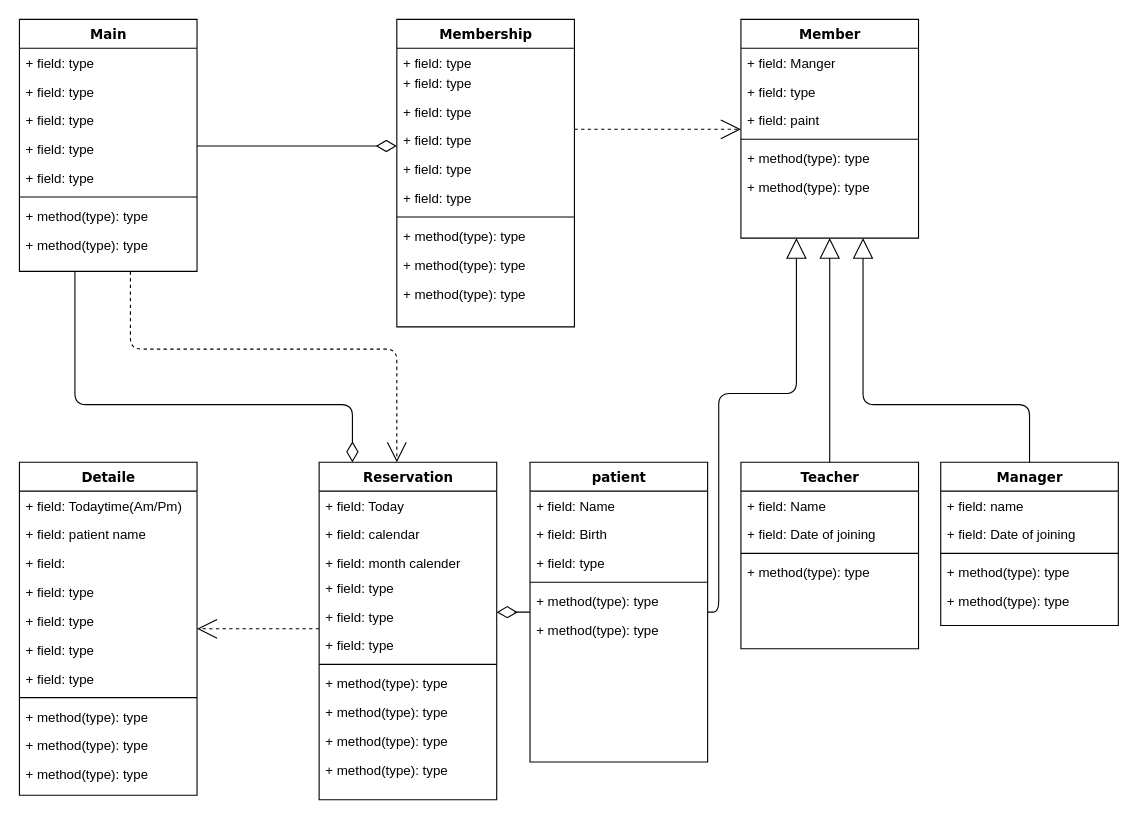
This is 예약.drawio from Aceryoung/draw, a draw.io file, before an edit. Source tidied: cells renumbered, new cells numbered last; positions are measured from the earlier drawing's top-left corner, leaving out a move shared by most shapes. Both pictures are drawn from the tidied source at 111%, with x=0, y=0 at pixel (19, 19).
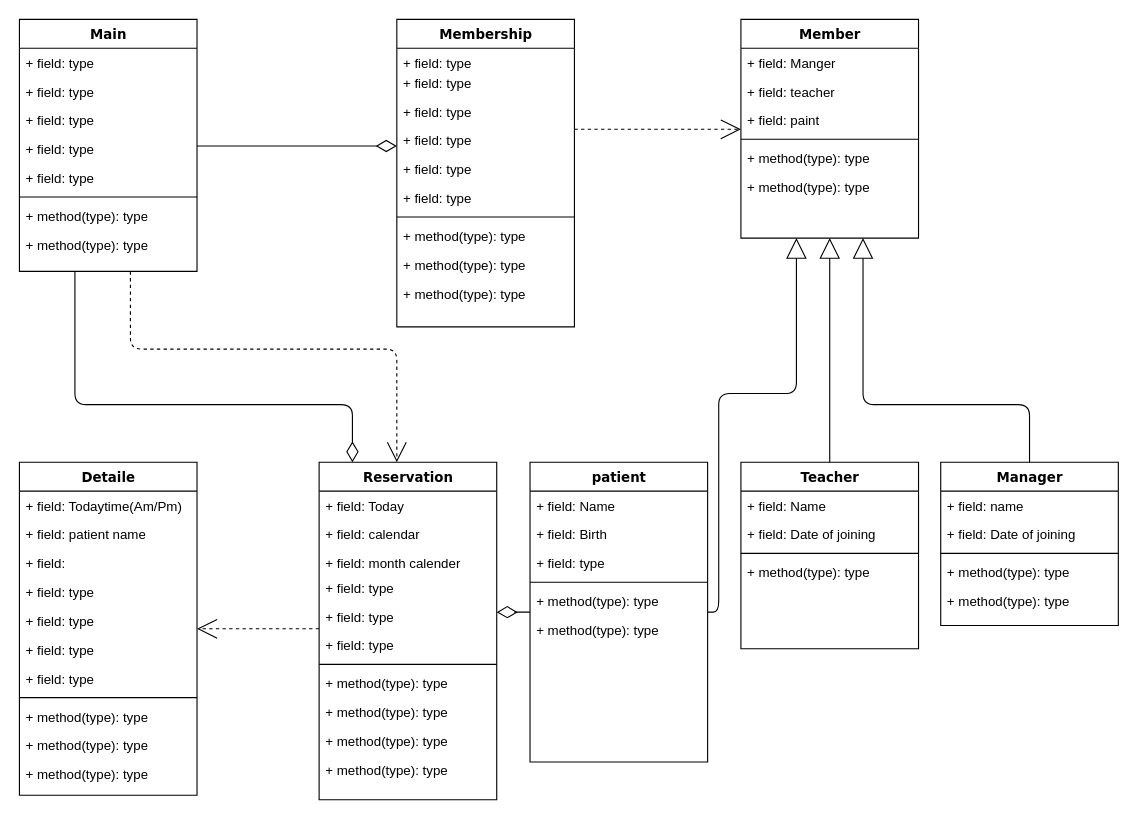
Above is the later version.

Commit message (it also covers changes not shown here):
예약.drawio 업데이트

The change refers to these unchanged cells:
```xml
<mxCell id="25" value="Member" style="swimlane;html=1;fontStyle=1;align=center;verticalAlign=top;horizontal=1;startSize=26;swimlaneFillColor=#ffffff;rounded=0;shadow=0;comic=0;labelBackgroundColor=none;strokeWidth=1;fillColor=none;fontFamily=Verdana;fontSize=12;" parent="1" vertex="1">
  <mxGeometry x="650" width="160" height="197" as="geometry" />
</mxCell>
```

Diff of the diagram source:
```diff
@@
-    <mxCell id="27" value="+ field: type" style="text;html=1;strokeColor=none;fillColor=none;align=left;verticalAlign=top;spacingLeft=4;spacingRight=4;whiteSpace=wrap;overflow=hidden;" parent="25" vertex="1">
+    <mxCell id="27" value="+ field: teacher" style="text;html=1;strokeColor=none;fillColor=none;align=left;verticalAlign=top;spacingLeft=4;spacingRight=4;whiteSpace=wrap;overflow=hidden;" parent="25" vertex="1">
       <mxGeometry y="52" width="160" height="26" as="geometry" />
     </mxCell>
```
